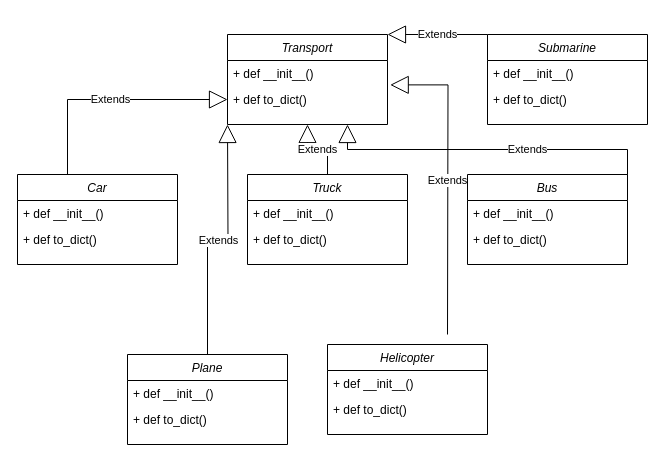
Stakan13/laba1 keeps this draw.io diagram as Диаграмма без названия.drawio. Above is the earlier version. Source tidied: cells renumbered, new cells numbered last; positions are measured from the earlier drawing's top-left corner, leaving out a move shared by most shapes. Both pictures are drawn from the tidied source at 100%, with x=0, y=0 at pixel (17, 34).
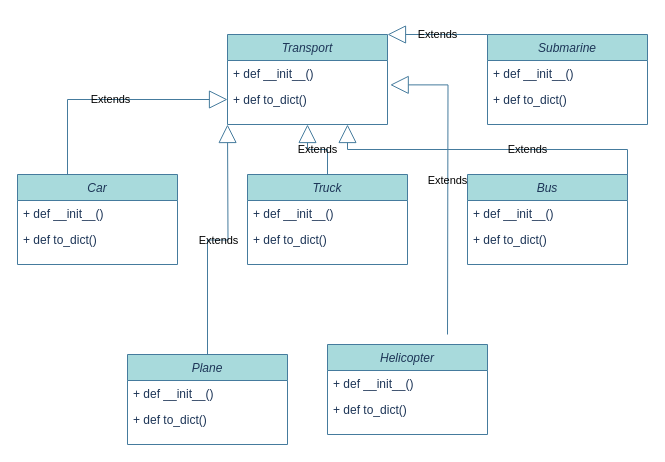
Above is the later version.

Commit message:
class_diogramm

Change to the diagram source:
```diff
@@
-    <mxCell id="2" value="Transport" style="swimlane;fontStyle=2;align=center;verticalAlign=top;horizontal=1;startSize=26;rounded=0;shadow=0;strokeWidth=1;" parent="1" vertex="1">
+    <mxCell id="2" value="Transport" style="swimlane;fontStyle=2;align=center;verticalAlign=top;horizontal=1;startSize=26;rounded=0;shadow=0;strokeWidth=1;labelBackgroundColor=none;fillColor=#A8DADC;strokeColor=#457B9D;fontColor=#1D3557;" parent="1" vertex="1">
       <mxGeometry x="210" width="160" height="90" as="geometry" />
     </mxCell>
-    <mxCell id="3" value="+ def __init__()" style="text;align=left;verticalAlign=top;spacingLeft=4;spacingRight=4;overflow=hidden;" parent="2" vertex="1">
+    <mxCell id="3" value="+ def __init__()" style="text;align=left;verticalAlign=top;spacingLeft=4;spacingRight=4;overflow=hidden;labelBackgroundColor=none;fontColor=#1D3557;" parent="2" vertex="1">
       <mxGeometry y="26" width="160" height="26" as="geometry" />
     </mxCell>
-    <mxCell id="4" value="+ def to_dict()" style="text;align=left;verticalAlign=top;spacingLeft=4;spacingRight=4;overflow=hidden;points=[[0,0.5],[1,0.5]];portConstraint=eastwest;rounded=0;shadow=0;html=0;" parent="2" vertex="1">
+    <mxCell id="4" value="+ def to_dict()" style="text;align=left;verticalAlign=top;spacingLeft=4;spacingRight=4;overflow=hidden;points=[[0,0.5],[1,0.5]];portConstraint=eastwest;rounded=0;shadow=0;html=0;labelBackgroundColor=none;fontColor=#1D3557;" parent="2" vertex="1">
       <mxGeometry y="52" width="160" height="26" as="geometry" />
     </mxCell>
-    <mxCell id="5" value="Car" style="swimlane;fontStyle=2;align=center;verticalAlign=top;horizontal=1;startSize=26;rounded=0;shadow=0;strokeWidth=1;" parent="1" vertex="1">
+    <mxCell id="5" value="Car" style="swimlane;fontStyle=2;align=center;verticalAlign=top;horizontal=1;startSize=26;rounded=0;shadow=0;strokeWidth=1;labelBackgroundColor=none;fillColor=#A8DADC;strokeColor=#457B9D;fontColor=#1D3557;" parent="1" vertex="1">
       <mxGeometry y="140" width="160" height="90" as="geometry" />
     </mxCell>
-    <mxCell id="6" value="+ def __init__()" style="text;align=left;verticalAlign=top;spacingLeft=4;spacingRight=4;overflow=hidden;" parent="5" vertex="1">
+    <mxCell id="6" value="+ def __init__()" style="text;align=left;verticalAlign=top;spacingLeft=4;spacingRight=4;overflow=hidden;labelBackgroundColor=none;fontColor=#1D3557;" parent="5" vertex="1">
       <mxGeometry y="26" width="160" height="26" as="geometry" />
     </mxCell>
-    <mxCell id="7" value="+ def to_dict()" style="text;align=left;verticalAlign=top;spacingLeft=4;spacingRight=4;overflow=hidden;rounded=0;shadow=0;html=0;" parent="5" vertex="1">
+    <mxCell id="7" value="+ def to_dict()" style="text;align=left;verticalAlign=top;spacingLeft=4;spacingRight=4;overflow=hidden;rounded=0;shadow=0;html=0;labelBackgroundColor=none;fontColor=#1D3557;" parent="5" vertex="1">
       <mxGeometry y="52" width="160" height="26" as="geometry" />
     </mxCell>
-    <mxCell id="8" value="Truck" style="swimlane;fontStyle=2;align=center;verticalAlign=top;horizontal=1;startSize=26;rounded=0;shadow=0;strokeWidth=1;" parent="1" vertex="1">
+    <mxCell id="8" value="Truck" style="swimlane;fontStyle=2;align=center;verticalAlign=top;horizontal=1;startSize=26;rounded=0;shadow=0;strokeWidth=1;labelBackgroundColor=none;fillColor=#A8DADC;strokeColor=#457B9D;fontColor=#1D3557;" parent="1" vertex="1">
       <mxGeometry x="230" y="140" width="160" height="90" as="geometry" />
     </mxCell>
-    <mxCell id="9" value="+ def __init__()" style="text;align=left;verticalAlign=top;spacingLeft=4;spacingRight=4;overflow=hidden;" parent="8" vertex="1">
+    <mxCell id="9" value="+ def __init__()" style="text;align=left;verticalAlign=top;spacingLeft=4;spacingRight=4;overflow=hidden;labelBackgroundColor=none;fontColor=#1D3557;" parent="8" vertex="1">
       <mxGeometry y="26" width="160" height="26" as="geometry" />
     </mxCell>
-    <mxCell id="10" value="+ def to_dict()" style="text;align=left;verticalAlign=top;spacingLeft=4;spacingRight=4;overflow=hidden;rounded=0;shadow=0;html=0;" parent="8" vertex="1">
+    <mxCell id="10" value="+ def to_dict()" style="text;align=left;verticalAlign=top;spacingLeft=4;spacingRight=4;overflow=hidden;rounded=0;shadow=0;html=0;labelBackgroundColor=none;fontColor=#1D3557;" parent="8" vertex="1">
       <mxGeometry y="52" width="160" height="26" as="geometry" />
     </mxCell>
-    <mxCell id="11" value="Bus" style="swimlane;fontStyle=2;align=center;verticalAlign=top;horizontal=1;startSize=26;rounded=0;shadow=0;strokeWidth=1;" parent="1" vertex="1">
+    <mxCell id="11" value="Bus" style="swimlane;fontStyle=2;align=center;verticalAlign=top;horizontal=1;startSize=26;rounded=0;shadow=0;strokeWidth=1;labelBackgroundColor=none;fillColor=#A8DADC;strokeColor=#457B9D;fontColor=#1D3557;" parent="1" vertex="1">
       <mxGeometry x="450" y="140" width="160" height="90" as="geometry" />
     </mxCell>
-    <mxCell id="12" value="+ def __init__()" style="text;align=left;verticalAlign=top;spacingLeft=4;spacingRight=4;overflow=hidden;" parent="11" vertex="1">
+    <mxCell id="12" value="+ def __init__()" style="text;align=left;verticalAlign=top;spacingLeft=4;spacingRight=4;overflow=hidden;labelBackgroundColor=none;fontColor=#1D3557;" parent="11" vertex="1">
       <mxGeometry y="26" width="160" height="26" as="geometry" />
     </mxCell>
-    <mxCell id="13" value="+ def to_dict()" style="text;align=left;verticalAlign=top;spacingLeft=4;spacingRight=4;overflow=hidden;rounded=0;shadow=0;html=0;" parent="11" vertex="1">
+    <mxCell id="13" value="+ def to_dict()" style="text;align=left;verticalAlign=top;spacingLeft=4;spacingRight=4;overflow=hidden;rounded=0;shadow=0;html=0;labelBackgroundColor=none;fontColor=#1D3557;" parent="11" vertex="1">
       <mxGeometry y="52" width="160" height="26" as="geometry" />
     </mxCell>
-    <mxCell id="14" value="Plane" style="swimlane;fontStyle=2;align=center;verticalAlign=top;horizontal=1;startSize=26;rounded=0;shadow=0;strokeWidth=1;" parent="1" vertex="1">
+    <mxCell id="14" value="Plane" style="swimlane;fontStyle=2;align=center;verticalAlign=top;horizontal=1;startSize=26;rounded=0;shadow=0;strokeWidth=1;labelBackgroundColor=none;fillColor=#A8DADC;strokeColor=#457B9D;fontColor=#1D3557;" parent="1" vertex="1">
       <mxGeometry x="110" y="320" width="160" height="90" as="geometry" />
     </mxCell>
-    <mxCell id="15" value="+ def __init__()" style="text;align=left;verticalAlign=top;spacingLeft=4;spacingRight=4;overflow=hidden;" parent="14" vertex="1">
+    <mxCell id="15" value="+ def __init__()" style="text;align=left;verticalAlign=top;spacingLeft=4;spacingRight=4;overflow=hidden;labelBackgroundColor=none;fontColor=#1D3557;" parent="14" vertex="1">
       <mxGeometry y="26" width="160" height="26" as="geometry" />
     </mxCell>
-    <mxCell id="16" value="+ def to_dict()" style="text;align=left;verticalAlign=top;spacingLeft=4;spacingRight=4;overflow=hidden;rounded=0;shadow=0;html=0;" parent="14" vertex="1">
+    <mxCell id="16" value="+ def to_dict()" style="text;align=left;verticalAlign=top;spacingLeft=4;spacingRight=4;overflow=hidden;rounded=0;shadow=0;html=0;labelBackgroundColor=none;fontColor=#1D3557;" parent="14" vertex="1">
       <mxGeometry y="52" width="160" height="26" as="geometry" />
     </mxCell>
-    <mxCell id="17" value="Helicopter" style="swimlane;fontStyle=2;align=center;verticalAlign=top;horizontal=1;startSize=26;rounded=0;shadow=0;strokeWidth=1;" parent="1" vertex="1">
+    <mxCell id="17" value="Helicopter" style="swimlane;fontStyle=2;align=center;verticalAlign=top;horizontal=1;startSize=26;rounded=0;shadow=0;strokeWidth=1;labelBackgroundColor=none;fillColor=#A8DADC;strokeColor=#457B9D;fontColor=#1D3557;" parent="1" vertex="1">
       <mxGeometry x="310" y="310" width="160" height="90" as="geometry" />
     </mxCell>
-    <mxCell id="18" value="+ def __init__()" style="text;align=left;verticalAlign=top;spacingLeft=4;spacingRight=4;overflow=hidden;" parent="17" vertex="1">
+    <mxCell id="18" value="+ def __init__()" style="text;align=left;verticalAlign=top;spacingLeft=4;spacingRight=4;overflow=hidden;labelBackgroundColor=none;fontColor=#1D3557;" parent="17" vertex="1">
       <mxGeometry y="26" width="160" height="26" as="geometry" />
     </mxCell>
-    <mxCell id="19" value="+ def to_dict()" style="text;align=left;verticalAlign=top;spacingLeft=4;spacingRight=4;overflow=hidden;rounded=0;shadow=0;html=0;" parent="17" vertex="1">
+    <mxCell id="19" value="+ def to_dict()" style="text;align=left;verticalAlign=top;spacingLeft=4;spacingRight=4;overflow=hidden;rounded=0;shadow=0;html=0;labelBackgroundColor=none;fontColor=#1D3557;" parent="17" vertex="1">
       <mxGeometry y="52" width="160" height="26" as="geometry" />
     </mxCell>
-    <mxCell id="20" value="Submarine" style="swimlane;fontStyle=2;align=center;verticalAlign=top;horizontal=1;startSize=26;rounded=0;shadow=0;strokeWidth=1;" parent="1" vertex="1">
+    <mxCell id="20" value="Submarine" style="swimlane;fontStyle=2;align=center;verticalAlign=top;horizontal=1;startSize=26;rounded=0;shadow=0;strokeWidth=1;labelBackgroundColor=none;fillColor=#A8DADC;strokeColor=#457B9D;fontColor=#1D3557;" parent="1" vertex="1">
       <mxGeometry x="470" width="160" height="90" as="geometry" />
     </mxCell>
-    <mxCell id="21" value="+ def __init__()" style="text;align=left;verticalAlign=top;spacingLeft=4;spacingRight=4;overflow=hidden;" parent="20" vertex="1">
+    <mxCell id="21" value="+ def __init__()" style="text;align=left;verticalAlign=top;spacingLeft=4;spacingRight=4;overflow=hidden;labelBackgroundColor=none;fontColor=#1D3557;" parent="20" vertex="1">
       <mxGeometry y="26" width="160" height="26" as="geometry" />
     </mxCell>
-    <mxCell id="22" value="+ def to_dict()" style="text;align=left;verticalAlign=top;spacingLeft=4;spacingRight=4;overflow=hidden;rounded=0;shadow=0;html=0;" parent="20" vertex="1">
+    <mxCell id="22" value="+ def to_dict()" style="text;align=left;verticalAlign=top;spacingLeft=4;spacingRight=4;overflow=hidden;rounded=0;shadow=0;html=0;labelBackgroundColor=none;fontColor=#1D3557;" parent="20" vertex="1">
       <mxGeometry y="52" width="160" height="26" as="geometry" />
     </mxCell>
-    <mxCell id="23" value="Extends" style="endArrow=block;endSize=16;endFill=0;html=1;rounded=0;exitX=0.5;exitY=0;exitDx=0;exitDy=0;edgeStyle=orthogonalEdgeStyle;" parent="1" edge="1" source="14">
+    <mxCell id="23" value="Extends" style="endArrow=block;endSize=16;endFill=0;html=1;rounded=0;exitX=0.5;exitY=0;exitDx=0;exitDy=0;edgeStyle=orthogonalEdgeStyle;labelBackgroundColor=none;strokeColor=#457B9D;fontColor=default;" parent="1" edge="1" source="14">
       <mxGeometry relative="1" as="geometry">
         <mxPoint x="210" y="90" as="targetPoint" />
       </mxGeometry>
     </mxCell>
-    <mxCell id="24" value="Extends" style="endArrow=block;endSize=16;endFill=0;html=1;rounded=0;exitX=0.5;exitY=0;exitDx=0;exitDy=0;edgeStyle=orthogonalEdgeStyle;entryX=0;entryY=0.5;entryDx=0;entryDy=0;" parent="1" edge="1" target="4">
+    <mxCell id="24" value="Extends" style="endArrow=block;endSize=16;endFill=0;html=1;rounded=0;exitX=0.5;exitY=0;exitDx=0;exitDy=0;edgeStyle=orthogonalEdgeStyle;entryX=0;entryY=0.5;entryDx=0;entryDy=0;labelBackgroundColor=none;strokeColor=#457B9D;fontColor=default;" parent="1" edge="1" target="4">
       <mxGeometry relative="1" as="geometry">
         <mxPoint x="50" y="140" as="sourcePoint" />
         <Array as="points">
           <mxPoint x="50" y="65" />
         </Array>
       </mxGeometry>
     </mxCell>
-    <mxCell id="25" value="Extends" style="endArrow=block;endSize=16;endFill=0;html=1;rounded=0;entryX=0.5;entryY=1;entryDx=0;entryDy=0;exitX=0.5;exitY=0;exitDx=0;exitDy=0;edgeStyle=orthogonalEdgeStyle;" parent="1" edge="1" source="8" target="2">
+    <mxCell id="25" value="Extends" style="endArrow=block;endSize=16;endFill=0;html=1;rounded=0;entryX=0.5;entryY=1;entryDx=0;entryDy=0;exitX=0.5;exitY=0;exitDx=0;exitDy=0;edgeStyle=orthogonalEdgeStyle;labelBackgroundColor=none;strokeColor=#457B9D;fontColor=default;" parent="1" edge="1" source="8" target="2">
       <mxGeometry relative="1" as="geometry" />
     </mxCell>
-    <mxCell id="26" value="Extends" style="endArrow=block;endSize=16;endFill=0;html=1;rounded=0;entryX=1;entryY=0;entryDx=0;entryDy=0;exitX=0;exitY=0;exitDx=0;exitDy=0;" parent="1" edge="1" source="20" target="2">
+    <mxCell id="26" value="Extends" style="endArrow=block;endSize=16;endFill=0;html=1;rounded=0;entryX=1;entryY=0;entryDx=0;entryDy=0;exitX=0;exitY=0;exitDx=0;exitDy=0;labelBackgroundColor=none;strokeColor=#457B9D;fontColor=default;" parent="1" edge="1" source="20" target="2">
       <mxGeometry relative="1" as="geometry" />
     </mxCell>
-    <mxCell id="27" value="Extends" style="endArrow=block;endSize=16;endFill=0;html=1;rounded=0;entryX=1.017;entryY=-0.062;entryDx=0;entryDy=0;edgeStyle=orthogonalEdgeStyle;entryPerimeter=0;" parent="1" edge="1" target="4">
+    <mxCell id="27" value="Extends" style="endArrow=block;endSize=16;endFill=0;html=1;rounded=0;entryX=1.017;entryY=-0.062;entryDx=0;entryDy=0;edgeStyle=orthogonalEdgeStyle;entryPerimeter=0;labelBackgroundColor=none;strokeColor=#457B9D;fontColor=default;" parent="1" edge="1" target="4">
       <mxGeometry relative="1" as="geometry">
         <mxPoint x="430" y="300" as="sourcePoint" />
       </mxGeometry>
     </mxCell>
-    <mxCell id="28" value="Extends" style="endArrow=block;endSize=16;endFill=0;html=1;rounded=0;edgeStyle=orthogonalEdgeStyle;entryX=0.75;entryY=1;entryDx=0;entryDy=0;exitX=0.5;exitY=0;exitDx=0;exitDy=0;" parent="1" edge="1" source="11" target="2">
+    <mxCell id="28" value="Extends" style="endArrow=block;endSize=16;endFill=0;html=1;rounded=0;edgeStyle=orthogonalEdgeStyle;entryX=0.75;entryY=1;entryDx=0;entryDy=0;exitX=0.5;exitY=0;exitDx=0;exitDy=0;labelBackgroundColor=none;strokeColor=#457B9D;fontColor=default;" parent="1" edge="1" source="11" target="2">
       <mxGeometry relative="1" as="geometry">
         <Array as="points">
           <mxPoint x="610" y="140" />
           <mxPoint x="610" y="115" />
           <mxPoint x="330" y="115" />
         </Array>
       </mxGeometry>
     </mxCell>
```
